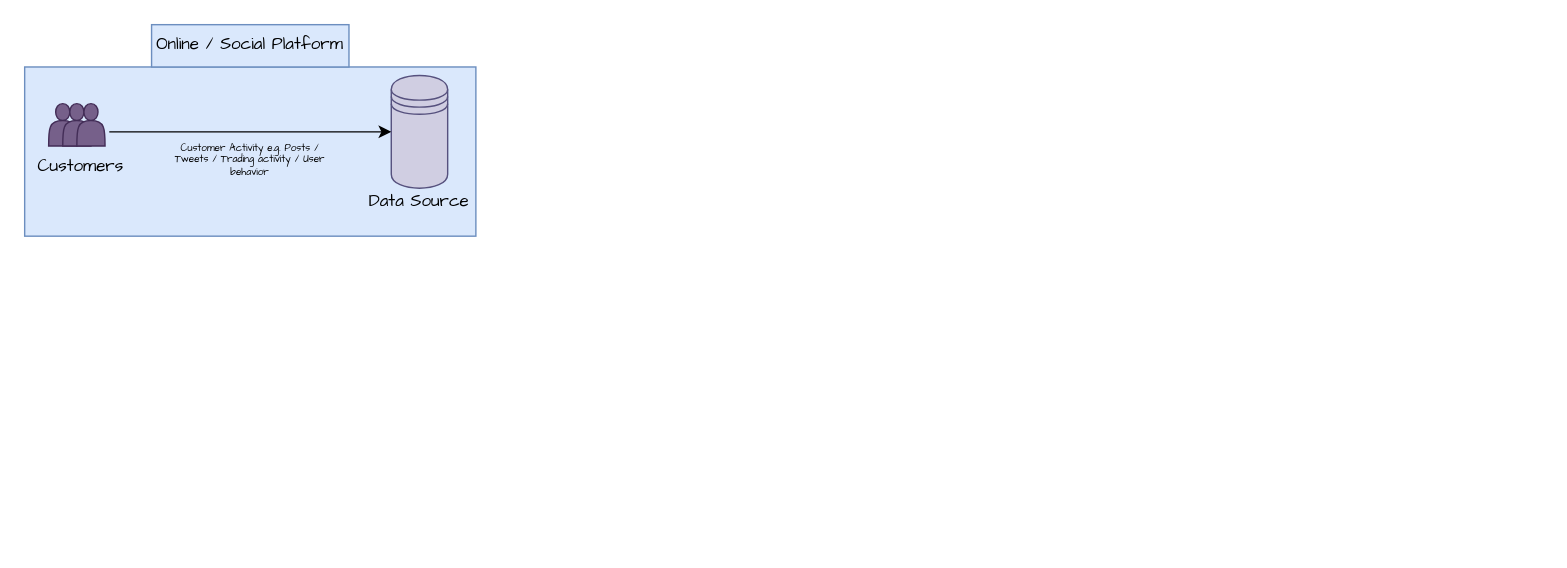
Earlier version of the draw.io diagram lecturenotes/orientation/FDP Orientation.drawio (quantfineart/fdp). Source tidied: cells renumbered, new cells numbered last; positions are measured from the earlier drawing's top-left corner, leaving out a move shared by most shapes. Both pictures are drawn from the tidied source at 141%, with x=0, y=0 at pixel (24, 24).
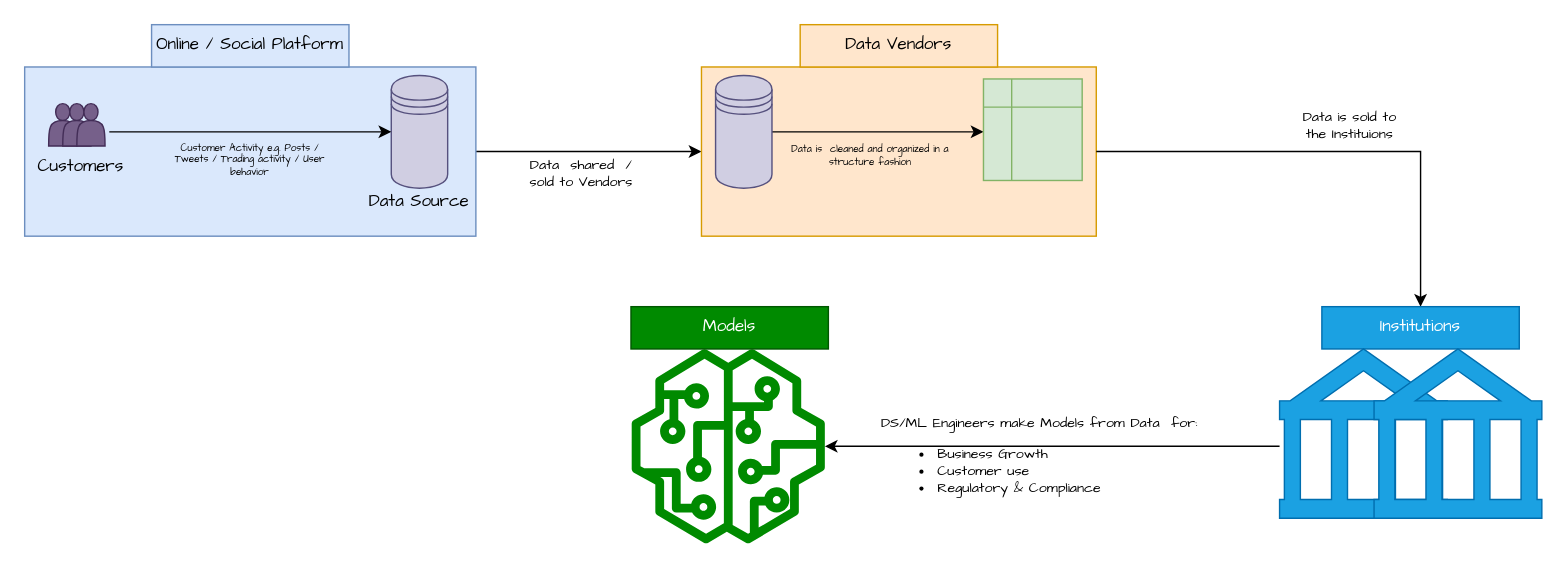
Above is the later version.

The change refers to these unchanged cells:
```xml
<mxCell id="2" style="rounded=0;whiteSpace=wrap;html=1;labelBackgroundColor=none;fontFamily=Comic Sans MS;fillColor=#dae8fc;strokeColor=#6c8ebf;" parent="1" vertex="1">
  <mxGeometry y="30" width="320" height="120" as="geometry" />
</mxCell>
```

Diff of the diagram source:
```diff
@@
+    <mxCell id="13" style="edgeStyle=orthogonalEdgeStyle;rounded=0;jettySize=auto;html=1;fontFamily=Comic Sans MS;fontSize=7;" parent="1" edge="1" source="2" target="14">
+      <mxGeometry relative="1" as="geometry" />
+    </mxCell>
@@
+    <mxCell id="14" style="whiteSpace=wrap;html=1;fontFamily=Comic Sans MS;fillColor=#ffe6cc;strokeColor=#d79b00;rounded=0;labelBackgroundColor=none;" parent="1" vertex="1">
+      <mxGeometry x="480" y="30" width="280" height="120" as="geometry" />
+    </mxCell>
+    <mxCell id="15" value="Data Vendors" style="text;html=1;strokeColor=#d79b00;fillColor=#ffe6cc;align=center;verticalAlign=middle;whiteSpace=wrap;rounded=0;labelBackgroundColor=none;fontFamily=Comic Sans MS;" parent="1" vertex="1">
+      <mxGeometry x="550" width="140" height="30" as="geometry" />
+    </mxCell>
+    <mxCell id="16" value="Data&amp;nbsp; shared&amp;nbsp; / sold to Vendors" style="text;html=1;strokeColor=none;fillColor=none;align=center;verticalAlign=middle;whiteSpace=wrap;rounded=0;labelBackgroundColor=none;fontFamily=Comic Sans MS;fontSize=10;" parent="1" vertex="1">
+      <mxGeometry x="350" y="90" width="90" height="30" as="geometry" />
+    </mxCell>
+    <mxCell id="17" style="edgeStyle=orthogonalEdgeStyle;rounded=0;jettySize=auto;html=1;fontFamily=Comic Sans MS;fontSize=7;entryX=0;entryY=0.521;entryDx=0;entryDy=0;entryPerimeter=0;" parent="1" edge="1" source="18" target="19">
+      <mxGeometry relative="1" as="geometry" />
+    </mxCell>
+    <mxCell id="18" style="shape=datastore;whiteSpace=wrap;html=1;labelBackgroundColor=none;fontFamily=Comic Sans MS;fillColor=#d0cee2;strokeColor=#56517e;" parent="1" vertex="1">
+      <mxGeometry x="490" y="36" width="40" height="80" as="geometry" />
+    </mxCell>
+    <mxCell id="19" style="shape=internalStorage;whiteSpace=wrap;html=1;backgroundOutline=1;labelBackgroundColor=none;fontFamily=Comic Sans MS;fontSize=7;fillColor=#d5e8d4;strokeColor=#82b366;" parent="1" vertex="1">
+      <mxGeometry x="680" y="38.5" width="70" height="72" as="geometry" />
+    </mxCell>
+    <mxCell id="20" value="Data is&amp;nbsp; cleaned and organized in a structure fashion" style="text;html=1;strokeColor=none;fillColor=none;align=center;verticalAlign=middle;whiteSpace=wrap;rounded=0;labelBackgroundColor=none;fontFamily=Comic Sans MS;fontSize=7;" parent="1" vertex="1">
+      <mxGeometry x="540" y="76" width="120" height="34" as="geometry" />
+    </mxCell>
+    <mxCell id="21" style="endArrow=classic;html=1;rounded=0;fontFamily=Comic Sans MS;fontSize=7;exitX=1;exitY=0.5;exitDx=0;exitDy=0;entryX=0.5;entryY=0;entryDx=0;entryDy=0;" parent="1" edge="1" source="14" target="22">
+      <mxGeometry relative="1" as="geometry">
+        <Array as="points">
+          <mxPoint x="990" y="90" />
+        </Array>
+      </mxGeometry>
+    </mxCell>
+    <mxCell id="22" value="Institutions" style="text;html=1;strokeColor=#006EAF;fillColor=#1ba1e2;align=center;verticalAlign=middle;whiteSpace=wrap;rounded=0;labelBackgroundColor=none;fontFamily=Comic Sans MS;fontColor=#ffffff;" parent="1" vertex="1">
+      <mxGeometry x="920" y="200" width="140" height="30" as="geometry" />
+    </mxCell>
+    <mxCell id="23" style="group;" parent="1" vertex="1">
+      <mxGeometry x="890" y="230" width="186" height="120" as="geometry" />
+    </mxCell>
+    <mxCell id="24" style="shape=mxgraph.signs.travel.bank;html=1;fillColor=#1ba1e2;strokeColor=#006EAF;verticalLabelPosition=bottom;verticalAlign=top;align=center;labelBackgroundColor=none;fontFamily=Comic Sans MS;fontSize=7;fontColor=#ffffff;" parent="23" vertex="1">
+      <mxGeometry width="119" height="120" as="geometry" />
+    </mxCell>
+    <mxCell id="25" style="shape=mxgraph.signs.travel.bank;html=1;fillColor=#1ba1e2;strokeColor=#006EAF;verticalLabelPosition=bottom;verticalAlign=top;align=center;labelBackgroundColor=none;fontFamily=Comic Sans MS;fontSize=7;fontColor=#ffffff;" parent="23" vertex="1">
+      <mxGeometry x="67" width="119" height="120" as="geometry" />
+    </mxCell>
+    <mxCell id="26" value="&lt;font style=&quot;font-size: 10px;&quot;&gt;Data is sold to the Instituions&lt;/font&gt;" style="text;html=1;strokeColor=none;fillColor=none;align=center;verticalAlign=middle;whiteSpace=wrap;rounded=0;labelBackgroundColor=none;fontFamily=Comic Sans MS;fontSize=10;" parent="1" vertex="1">
+      <mxGeometry x="900" y="56" width="80" height="30" as="geometry" />
+    </mxCell>
+    <mxCell id="27" style="sketch=0;outlineConnect=0;fontColor=#ffffff;fillColor=#008a00;strokeColor=#005700;dashed=0;verticalLabelPosition=bottom;verticalAlign=top;align=center;html=1;fontSize=12;fontStyle=0;shape=mxgraph.aws4.sagemaker_model;labelBackgroundColor=none;fontFamily=Comic Sans MS;" parent="1" vertex="1">
+      <mxGeometry x="430" y="230" width="138" height="138" as="geometry" />
+    </mxCell>
+    <mxCell id="28" value="Models" style="text;html=1;strokeColor=#005700;fillColor=#008a00;align=center;verticalAlign=middle;whiteSpace=wrap;rounded=0;labelBackgroundColor=none;fontFamily=Comic Sans MS;fontColor=#ffffff;" parent="1" vertex="1">
+      <mxGeometry x="430" y="200" width="140" height="30" as="geometry" />
+    </mxCell>
+    <mxCell id="29" style="endArrow=classic;html=1;rounded=0;fontFamily=Comic Sans MS;fontSize=10;exitX=0;exitY=0.575;exitDx=0;exitDy=0;exitPerimeter=0;" parent="1" edge="1" source="24" target="27">
+      <mxGeometry relative="1" as="geometry" />
+    </mxCell>
+    <mxCell id="30" value="DS/ML Engineers make Models from Data&amp;nbsp; for:&lt;br&gt;&lt;ul&gt;&lt;li style=&quot;text-align: left&quot;&gt;Business Growth&lt;/li&gt;&lt;li style=&quot;text-align: left&quot;&gt;Customer use&lt;/li&gt;&lt;li style=&quot;text-align: left&quot;&gt;Regulatory &amp;amp; Compliance&lt;/li&gt;&lt;/ul&gt;" style="text;html=1;strokeColor=none;fillColor=none;align=center;verticalAlign=top;whiteSpace=wrap;rounded=0;labelBackgroundColor=none;fontFamily=Comic Sans MS;fontSize=10;" parent="1" vertex="1">
+      <mxGeometry x="600" y="270" width="240" height="80" as="geometry" />
+    </mxCell>
```
